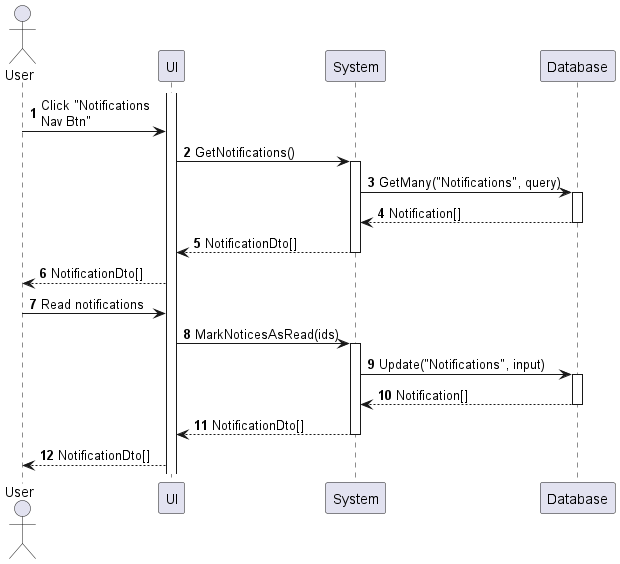
The PlantUML diagram sequences/my-notification-view.png in phihungha/scmss-reqs, before a commit.
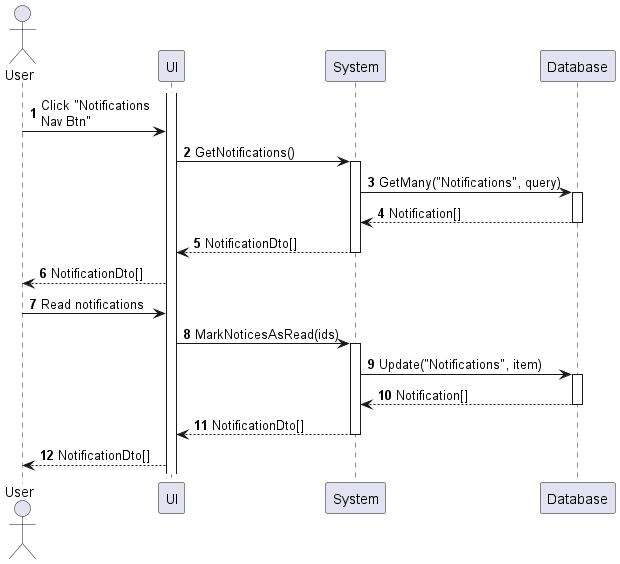
The same file after the commit.

The edit, as a diff of the source:
```diff
@@ -19,7 +19,7 @@
 a -> f : Read notifications
 f -> b : MarkNoticesAsRead(ids)
 activate b
-b -> d : Update("Notifications", input)
+b -> d : Update("Notifications", item)
 activate d
 return Notification[]
 return NotificationDto[]
```
